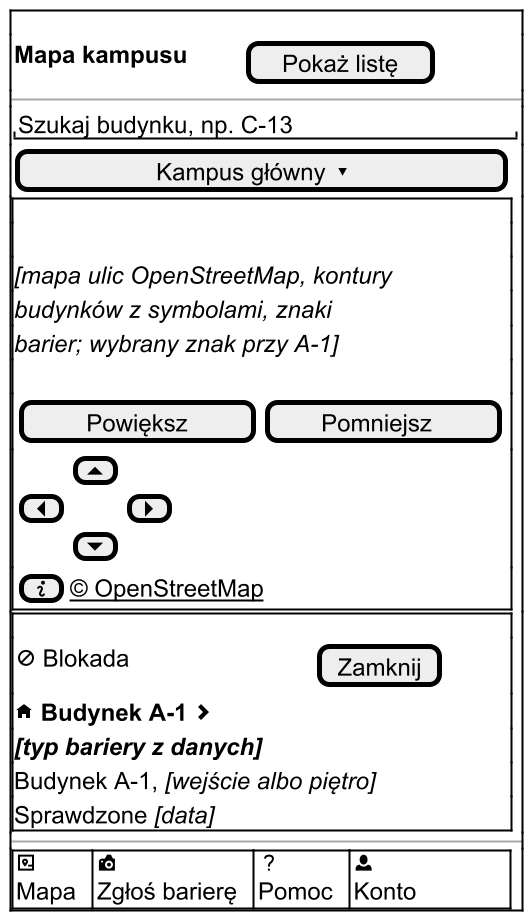
Above: docs/docs/_generated/m-v1-mapa-bariera.png in dostepny-kampus/dostepny-kampus (PlantUML), before the change.
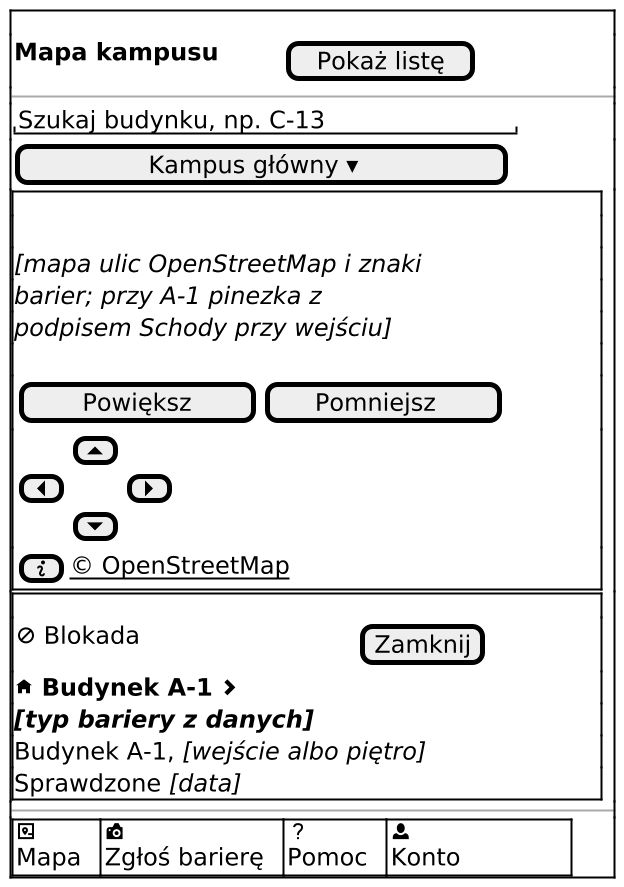
The same diagram one commit later.

Commit message:
docs(mapa): uzupełnij odwołania i odtwórz makiety

Diff of the diagram source:
```diff
@@ -7,7 +7,7 @@
 $naglowek_mapy("Pokaż listę")
 $pole_tekstowe("Szukaj budynku, np. C-13")
 $przycisk("Kampus główny ▾")
-$mapa("mapa ulic OpenStreetMap, kontury budynków z symbolami, znaki barier; wybrany znak przy A-1", "", "info")
+$mapa("mapa ulic OpenStreetMap i znaki barier; przy A-1 pinezka z podpisem Schody przy wejściu", "", "info")
 $ramka()
 { $blokada()$dk_spacje(14) | [Zamknij] }
 $wiersz_budynku()
```
